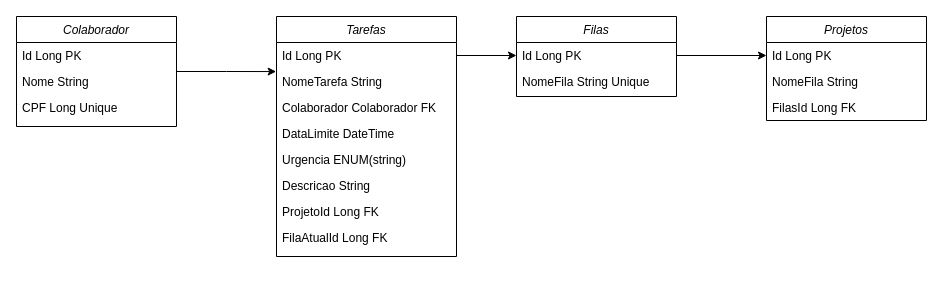
Earlier version of the draw.io diagram Projeto/KANBAN.drawio (JoaoVMoreira/KanBan). Source tidied: cells renumbered, new cells numbered last; positions are measured from the earlier drawing's top-left corner, leaving out a move shared by most shapes. Both pictures are drawn from the tidied source at 100%, with x=0, y=0 at pixel (16, 16).
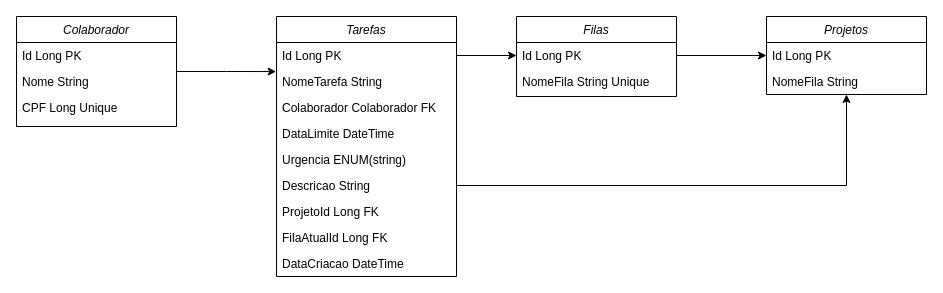
Above is the later version.

Unchanged cells that the change refers to:
```xml
<mxCell id="12" value="Descricao String " style="text;align=left;verticalAlign=top;spacingLeft=4;spacingRight=4;overflow=hidden;points=[[0,0.5],[1,0.5]];portConstraint=eastwest;rounded=0;shadow=0;html=0;" parent="6" vertex="1">
  <mxGeometry y="156" width="180" height="26" as="geometry" />
</mxCell>
```

Change to the diagram source:
```diff
@@
     <mxCell id="6" value="Tarefas" style="swimlane;fontStyle=2;align=center;verticalAlign=top;horizontal=1;startSize=26;rounded=0;shadow=0;strokeWidth=1;" parent="1" vertex="1">
-      <mxGeometry x="260" width="180" height="240" as="geometry" />
+      <mxGeometry x="260" width="180" height="260" as="geometry" />
     </mxCell>
@@
+    <mxCell id="25" value="FilaAtualId Long FK" style="text;align=left;verticalAlign=top;spacingLeft=4;spacingRight=4;overflow=hidden;rounded=0;shadow=0;html=0;" parent="6" vertex="1">
+      <mxGeometry y="208" width="180" height="26" as="geometry" />
+    </mxCell>
-    <mxCell id="14" value="FilaAtualId Long FK" style="text;align=left;verticalAlign=top;spacingLeft=4;spacingRight=4;overflow=hidden;rounded=0;shadow=0;html=0;" parent="6" vertex="1">
-      <mxGeometry y="208" width="180" height="26" as="geometry" />
+    <mxCell id="14" value="DataCriacao DateTime " style="text;align=left;verticalAlign=top;spacingLeft=4;spacingRight=4;overflow=hidden;rounded=0;shadow=0;html=0;" parent="6" vertex="1">
+      <mxGeometry y="234" width="180" height="26" as="geometry" />
     </mxCell>
@@
     <mxCell id="18" value="Projetos" style="swimlane;fontStyle=2;align=center;verticalAlign=top;horizontal=1;startSize=26;rounded=0;shadow=0;strokeWidth=1;" parent="1" vertex="1">
-      <mxGeometry x="750" width="160" height="104" as="geometry" />
+      <mxGeometry x="750" width="160" height="78" as="geometry" />
     </mxCell>
@@
-    <mxCell id="21" value="FilasId Long FK" style="text;align=left;verticalAlign=top;spacingLeft=4;spacingRight=4;overflow=hidden;" parent="18" vertex="1">
-      <mxGeometry y="78" width="160" height="26" as="geometry" />
-    </mxCell>
@@
+    <mxCell id="26" style="edgeStyle=orthogonalEdgeStyle;rounded=0;jettySize=auto;html=1;entryX=0.5;entryY=1;entryDx=0;entryDy=0;" parent="1" edge="1" source="12" target="18">
+      <mxGeometry relative="1" as="geometry" />
+    </mxCell>
```
